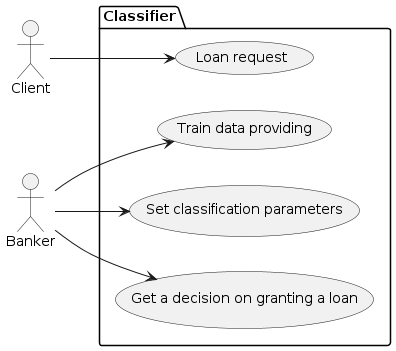
This is Task-1/context.png from maxl1ng/TASKS, a PlantUML export, as it was before one commit. The source it was exported from:
```plantuml
@startuml
left to right direction
skinparam monochrome true
skinparam handwritten false
skinparam shadowing false

actor Client as c
actor Banker as e
package Classifier {
  usecase "Loan request" as UC1
  usecase "Train data providing" as UC2
  usecase "Set classification parameters" as UC3
  usecase "Get a decision on granting a loan" as UC4
}
c --> UC1
e --> UC2
e --> UC3
e --> UC4
@enduml
```
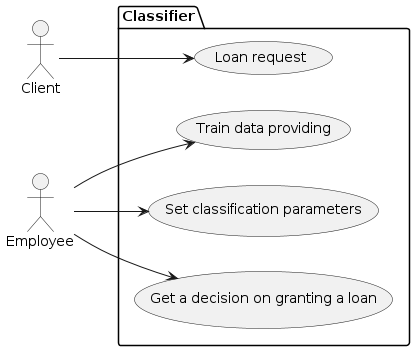
Above is the later version.

Diff of the diagram source:
```diff
@@ -4,16 +4,16 @@
 skinparam handwritten false
 skinparam shadowing false
 
-actor Client as c
-actor Banker as e
+actor Client as cl
+actor Employee as em
 package Classifier {
   usecase "Loan request" as UC1
   usecase "Train data providing" as UC2
   usecase "Set classification parameters" as UC3
   usecase "Get a decision on granting a loan" as UC4
 }
-c --> UC1
-e --> UC2
-e --> UC3
-e --> UC4
+cl --> UC1
+em --> UC2
+em --> UC3
+em --> UC4
 @enduml
```
